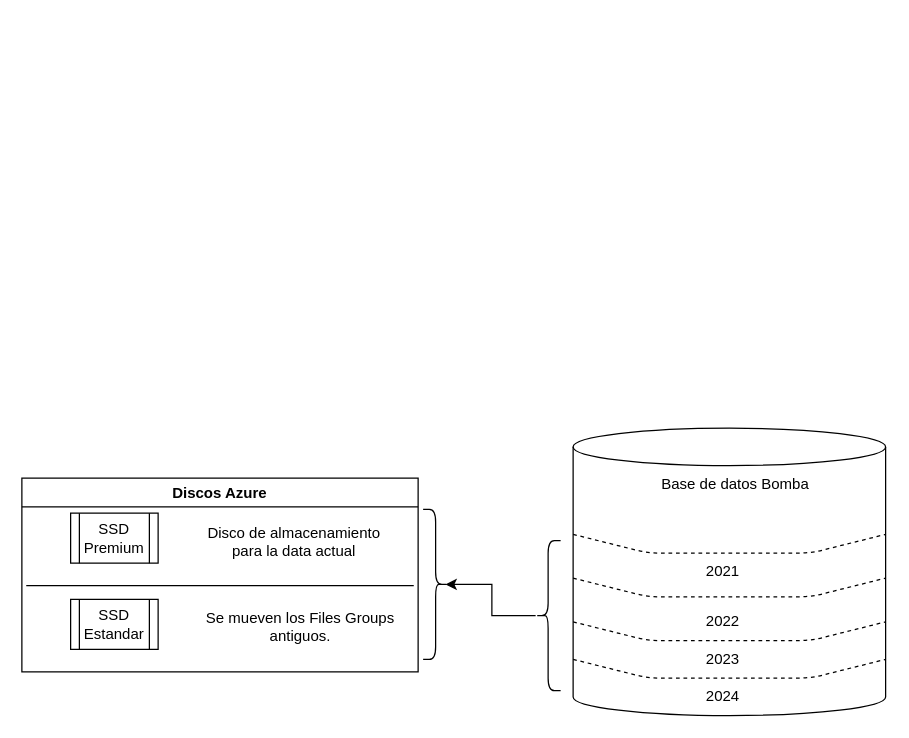
Earlier version of the draw.io diagram Untitled Diagram.drawio (JMCR09/Diagramas). Source tidied: cells renumbered, new cells numbered last; positions are measured from the earlier drawing's top-left corner, leaving out a move shared by most shapes. Both pictures are drawn from the tidied source at 125%, with x=0, y=0 at pixel (21, 428).
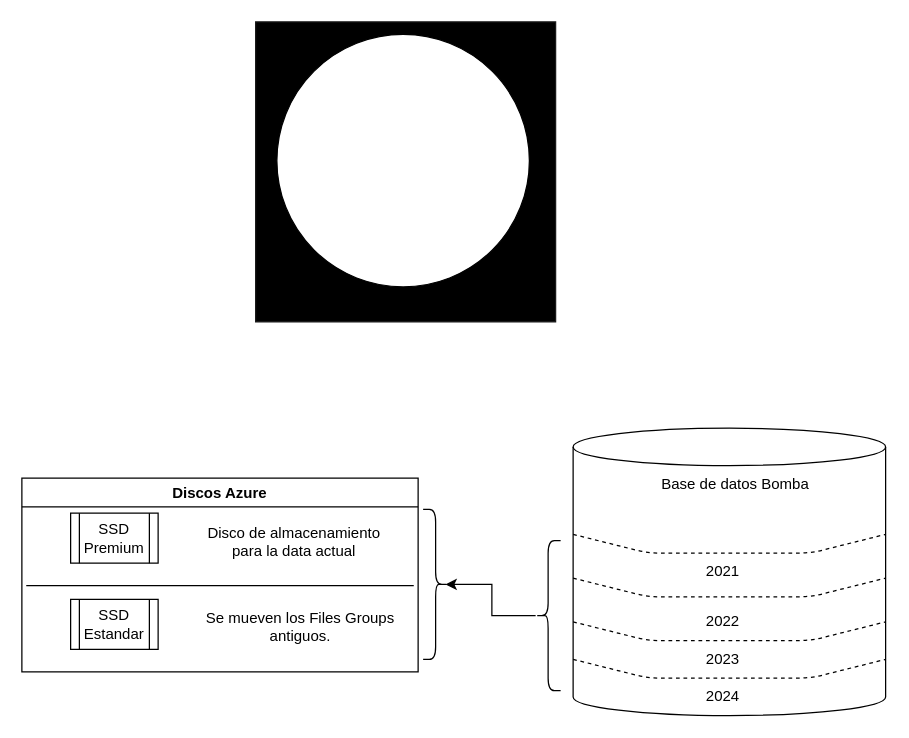
After the change.

Change to the diagram source:
```diff
@@
+    <mxCell id="21" style="whiteSpace=wrap;html=1;strokeColor=#1A1A1A;fillColor=#000000;" parent="1" vertex="1">
+      <mxGeometry x="187" y="-325" width="240" height="240" as="geometry" />
+    </mxCell>
+    <mxCell id="22" style="ellipse;whiteSpace=wrap;html=1;" parent="1" vertex="1">
+      <mxGeometry x="204" y="-315" width="202" height="202" as="geometry" />
+    </mxCell>
```
